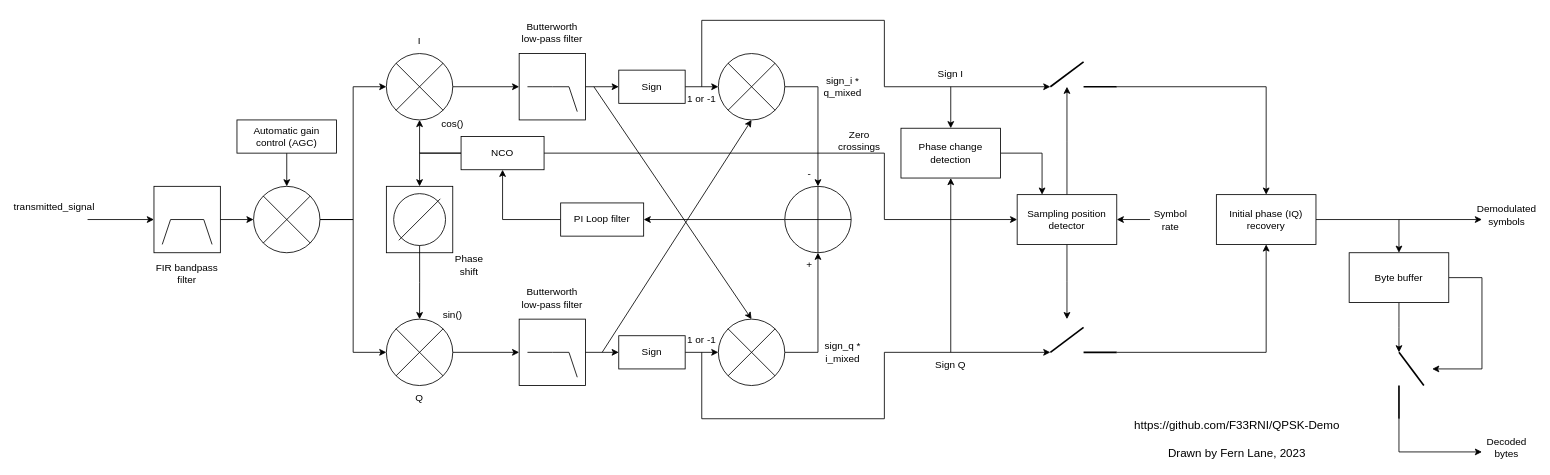
The draw.io diagram drawio/QPSK-Demo demodulator.drawio in F33RNI/QPSK-Demo, before the edit. Source tidied: cells renumbered, new cells numbered last; positions are measured from the earlier drawing's top-left corner, leaving out a move shared by most shapes. Both pictures are drawn from the tidied source at 83%, with x=0, y=0 at pixel (29, 20).
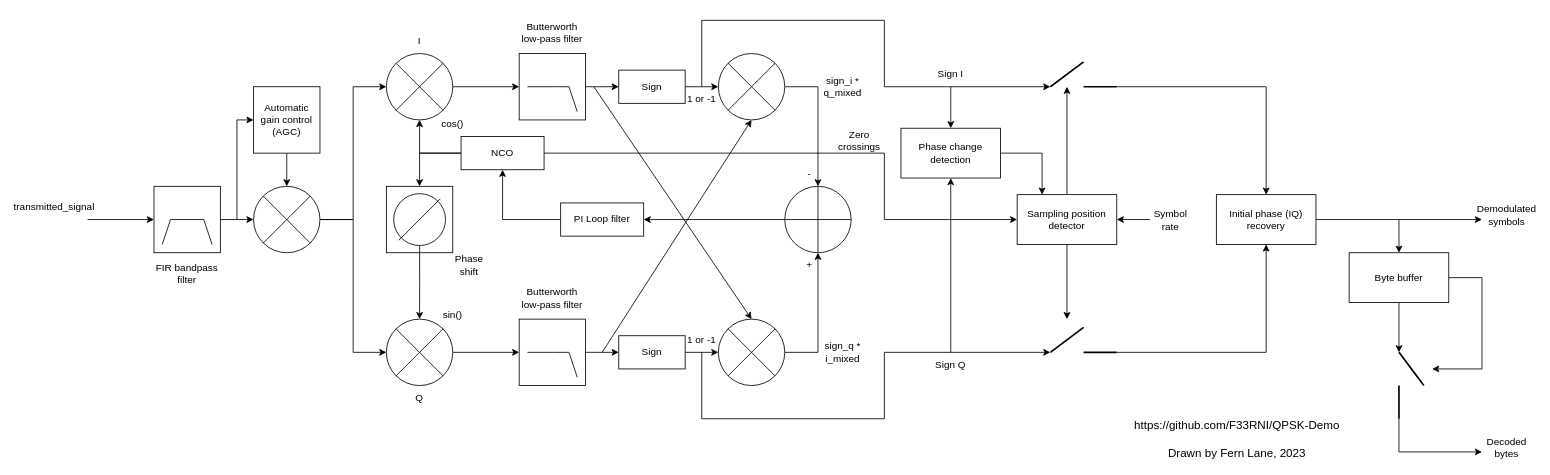
The same diagram, later.

Commit message (it also covers changes not shown here):
Update demodulator block diagram

Diff of the diagram source:
```diff
@@
     <mxCell id="20" value="Automatic gain control (AGC)" style="rounded=0;whiteSpace=wrap;html=1;" parent="1" vertex="1">
-      <mxGeometry x="250" y="120" width="120" height="40" as="geometry" />
+      <mxGeometry x="270" y="80" width="80" height="80" as="geometry" />
     </mxCell>
@@
+    <mxCell id="97" style="endArrow=classic;html=1;rounded=0;entryX=0;entryY=0.5;entryDx=0;entryDy=0;" parent="1" edge="1" target="20">
+      <mxGeometry relative="1" as="geometry">
+        <mxPoint x="250" y="240" as="sourcePoint" />
+        <Array as="points">
+          <mxPoint x="250" y="120" />
+        </Array>
+      </mxGeometry>
+    </mxCell>
```
